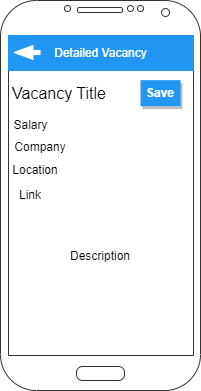
Earlier version of the draw.io export Mockups/DetailedVacancy.drawio.png (NikitunPVLK/JobSeeker). Source tidied: cells renumbered, new cells last; positions are measured from the earlier drawing's top-left corner, leaving out a move shared by most shapes. The source it was exported from:
```xml
<mxGraphModel>
  <root>
    <mxCell id="0" />
    <mxCell id="1" parent="0" />
    <mxCell id="2" style="verticalLabelPosition=bottom;verticalAlign=top;html=1;shadow=0;dashed=0;strokeWidth=1;shape=mxgraph.android.phone2;strokeColor=#333333;" parent="1" vertex="1">
      <mxGeometry width="200" height="390" as="geometry" />
    </mxCell>
    <mxCell id="3" value="Save" style="whiteSpace=wrap;html=1;dashed=0;align=center;fontSize=12;shape=rect;fillColor=#2196F3;strokeColor=none;fontStyle=1;shadow=1;fontColor=#ffffff;" parent="1" vertex="1">
      <mxGeometry x="140" y="79.7" width="40" height="26" as="geometry" />
    </mxCell>
    <mxCell id="4" value="&lt;font style=&quot;font-size: 16px;&quot;&gt;Vacancy Title&amp;nbsp;&lt;/font&gt;" style="text;html=1;strokeColor=none;fillColor=none;align=left;verticalAlign=middle;whiteSpace=wrap;rounded=0;" parent="1" vertex="1">
      <mxGeometry x="10" y="70" width="120" height="45.3" as="geometry" />
    </mxCell>
    <mxCell id="5" value="Salary" style="text;html=1;strokeColor=none;fillColor=none;align=center;verticalAlign=middle;whiteSpace=wrap;rounded=0;" parent="1" vertex="1">
      <mxGeometry x="10" y="115.3" width="40.5" height="20" as="geometry" />
    </mxCell>
    <mxCell id="6" value="Company" style="text;html=1;strokeColor=none;fillColor=none;align=center;verticalAlign=middle;whiteSpace=wrap;rounded=0;" parent="1" vertex="1">
      <mxGeometry x="10" y="135.3" width="60" height="23.1" as="geometry" />
    </mxCell>
    <mxCell id="7" value="Location" style="text;html=1;strokeColor=none;fillColor=none;align=center;verticalAlign=middle;whiteSpace=wrap;rounded=0;" parent="1" vertex="1">
      <mxGeometry x="10" y="158.4" width="50" height="23.6" as="geometry" />
    </mxCell>
    <mxCell id="8" value="Description" style="text;html=1;strokeColor=none;fillColor=none;align=center;verticalAlign=middle;whiteSpace=wrap;rounded=0;" parent="1" vertex="1">
      <mxGeometry x="45" y="241" width="110" height="30" as="geometry" />
    </mxCell>
    <mxCell id="9" value="Detailed Vacancy" style="rounded=0;whiteSpace=wrap;html=1;align=center;strokeColor=#2196F3;fontColor=#FFFFFF;fillColor=#2196F3;" parent="1" vertex="1">
      <mxGeometry x="8" y="35" width="185" height="35" as="geometry" />
    </mxCell>
    <mxCell id="10" style="shape=flexArrow;endArrow=classic;html=1;rounded=0;endWidth=8.8;endSize=6.011627906976745;width=4.186046511627907;strokeColor=#FFFFFF;fillColor=default;" parent="1" edge="1">
      <mxGeometry relative="1" as="geometry">
        <mxPoint x="40" y="52" as="sourcePoint" />
        <mxPoint x="13" y="52" as="targetPoint" />
      </mxGeometry>
    </mxCell>
    <mxCell id="11" value="Link" style="text;html=1;strokeColor=none;fillColor=none;align=center;verticalAlign=middle;whiteSpace=wrap;rounded=0;" parent="1" vertex="1">
      <mxGeometry y="180" width="60" height="30" as="geometry" />
    </mxCell>
  </root>
</mxGraphModel>
```
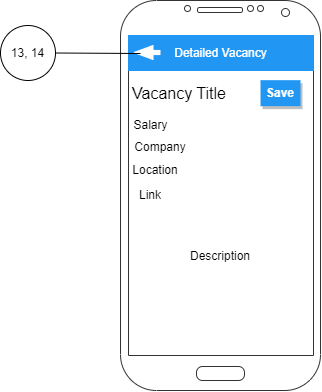
Above is the later version.

Diff of the diagram source:
```diff
@@ -35,5 +35,13 @@
     <mxCell id="11" value="Link" style="text;html=1;strokeColor=none;fillColor=none;align=center;verticalAlign=middle;whiteSpace=wrap;rounded=0;" parent="1" vertex="1">
       <mxGeometry y="180" width="60" height="30" as="geometry" />
     </mxCell>
+    <mxCell id="12" value="13, 14" style="ellipse;whiteSpace=wrap;html=1;" parent="1" vertex="1">
+      <mxGeometry x="-120" y="25" width="55" height="55" as="geometry" />
+    </mxCell>
+    <mxCell id="13" style="endArrow=none;html=1;rounded=0;exitX=1;exitY=0.5;exitDx=0;exitDy=0;" parent="1" edge="1" source="12">
+      <mxGeometry relative="1" as="geometry">
+        <mxPoint x="20" y="53" as="targetPoint" />
+      </mxGeometry>
+    </mxCell>
   </root>
 </mxGraphModel>
```
